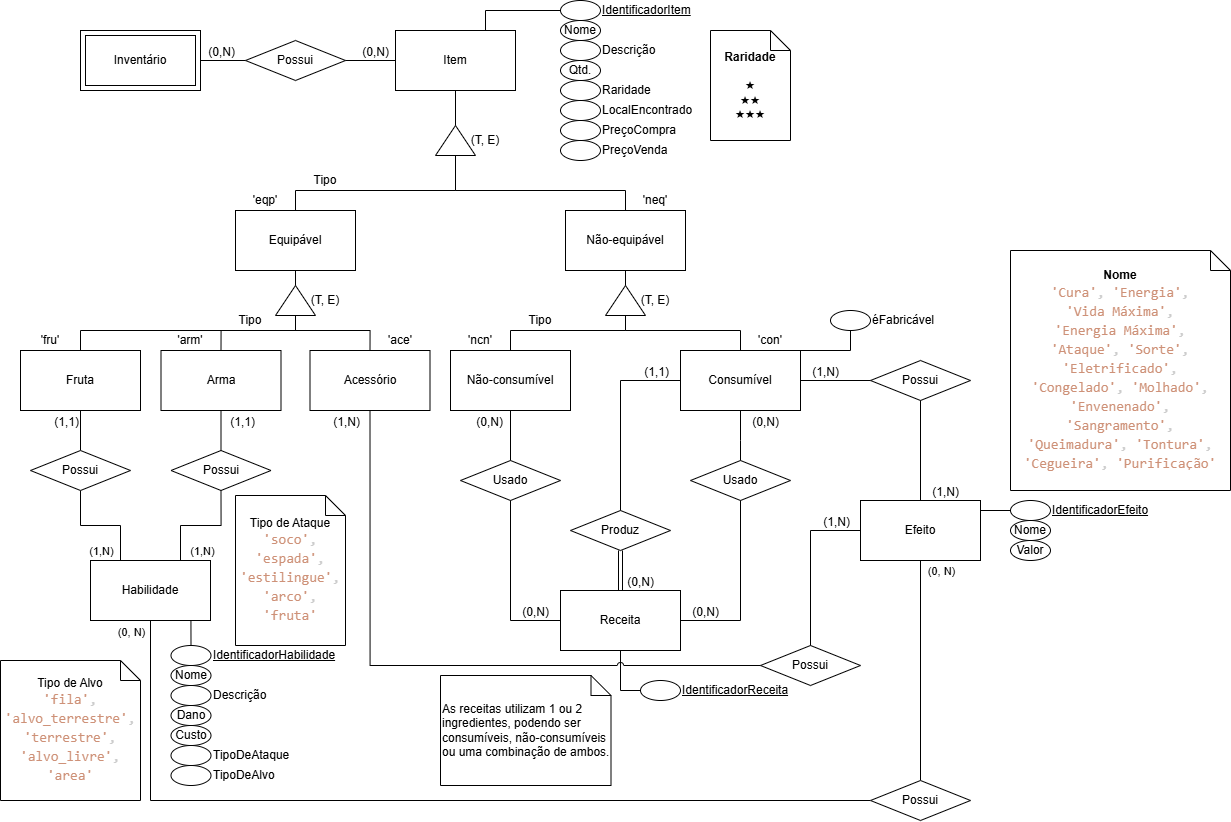
Earlier version of the draw.io export docs/assets/diagrama-entidade-relacionamento-item-v2.4.png (SBD1/2025.1-Marventura). Source tidied: cells renumbered, new cells last; positions are measured from the earlier drawing's top-left corner, leaving out a move shared by most shapes.
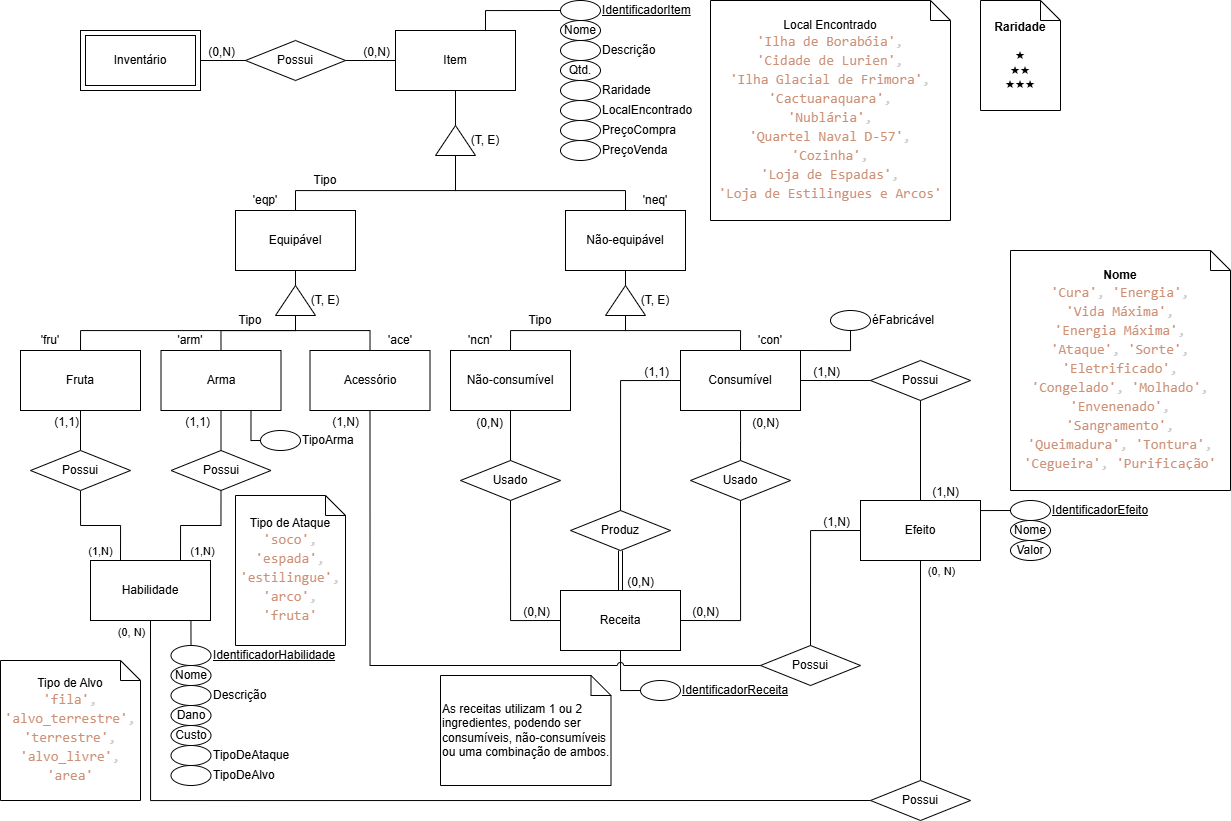
After the commit.

The edit, as a diff of the source:
```diff
@@ -184,7 +184,7 @@
       <mxGeometry x="1010" y="250" width="220" height="240" as="geometry" />
     </mxCell>
     <mxCell id="51" value="&lt;div style=&quot;&quot;&gt;&lt;span style=&quot;background-color: transparent; color: light-dark(rgb(0, 0, 0), rgb(255, 255, 255));&quot;&gt;&lt;b&gt;Raridade&lt;/b&gt;&lt;/span&gt;&lt;/div&gt;&lt;div style=&quot;&quot;&gt;&lt;span style=&quot;background-color: transparent; color: light-dark(rgb(0, 0, 0), rgb(255, 255, 255));&quot;&gt;&lt;b&gt;&lt;br&gt;&lt;/b&gt;&lt;/span&gt;&lt;/div&gt;&lt;div&gt;&lt;span style=&quot;background-color: transparent;&quot;&gt;★&lt;/span&gt;&lt;br&gt;&lt;/div&gt;&lt;div&gt;&lt;span style=&quot;background-color: transparent;&quot;&gt;★&lt;/span&gt;&lt;span style=&quot;background-color: transparent;&quot;&gt;★&lt;/span&gt;&lt;/div&gt;&lt;div&gt;&lt;span style=&quot;background-color: transparent;&quot;&gt;★&lt;/span&gt;&lt;span style=&quot;background-color: transparent;&quot;&gt;★&lt;/span&gt;&lt;span style=&quot;background-color: transparent;&quot;&gt;★&lt;/span&gt;&lt;/div&gt;" style="shape=note;size=20;whiteSpace=wrap;html=1;align=center;" parent="1" vertex="1">
-      <mxGeometry x="710" y="30" width="80" height="110" as="geometry" />
+      <mxGeometry x="980" width="80" height="110" as="geometry" />
     </mxCell>
     <mxCell id="52" value="Usado" style="rhombus;whiteSpace=wrap;html=1;" parent="1" vertex="1">
       <mxGeometry x="690" y="460" width="100" height="40" as="geometry" />
@@ -327,7 +327,7 @@
     </mxCell>
     <mxCell id="83" value="(1,1&lt;span style=&quot;background-color: transparent; color: light-dark(rgb(0, 0, 0), rgb(255, 255, 255));&quot;&gt;)&lt;/span&gt;" style="html=1;whiteSpace=wrap;align=right;verticalAlign=bottom;" parent="82" vertex="1">
       <mxGeometry x="1" relative="1" as="geometry">
-        <mxPoint x="35" y="-20" as="offset" />
+        <mxPoint x="-10" y="-20" as="offset" />
       </mxGeometry>
     </mxCell>
     <mxCell id="84" style="endArrow=none;html=1;rounded=0;exitX=0.5;exitY=1;exitDx=0;exitDy=0;edgeStyle=orthogonalEdgeStyle;jumpStyle=arc;entryX=0.5;entryY=0;entryDx=0;entryDy=0;" parent="1" edge="1" source="80" target="97">
@@ -437,5 +437,14 @@
     <mxCell id="114" value="Tipo de Alvo&lt;div&gt;&lt;div style=&quot;color: rgb(204, 204, 204); font-family: Consolas, &amp;quot;Courier New&amp;quot;, monospace; font-size: 14px; line-height: 19px; white-space: pre;&quot;&gt;&lt;span style=&quot;color: #ce9178;&quot;&gt;'fila'&lt;/span&gt;,&lt;/div&gt;&lt;div style=&quot;color: rgb(204, 204, 204); font-family: Consolas, &amp;quot;Courier New&amp;quot;, monospace; font-size: 14px; line-height: 19px; white-space: pre;&quot;&gt;&lt;span style=&quot;color: #ce9178;&quot;&gt;'alvo_terrestre'&lt;/span&gt;,&lt;/div&gt;&lt;div style=&quot;color: rgb(204, 204, 204); font-family: Consolas, &amp;quot;Courier New&amp;quot;, monospace; font-size: 14px; line-height: 19px; white-space: pre;&quot;&gt;&lt;span style=&quot;color: #ce9178;&quot;&gt;'terrestre'&lt;/span&gt;,&lt;/div&gt;&lt;div style=&quot;color: rgb(204, 204, 204); font-family: Consolas, &amp;quot;Courier New&amp;quot;, monospace; font-size: 14px; line-height: 19px; white-space: pre;&quot;&gt;&lt;span style=&quot;color: #ce9178;&quot;&gt;'alvo_livre'&lt;/span&gt;,&lt;/div&gt;&lt;div style=&quot;color: rgb(204, 204, 204); font-family: Consolas, &amp;quot;Courier New&amp;quot;, monospace; font-size: 14px; line-height: 19px; white-space: pre;&quot;&gt;&lt;span style=&quot;color: #ce9178;&quot;&gt;'area'&lt;/span&gt;&lt;/div&gt;&lt;/div&gt;" style="shape=note;size=20;whiteSpace=wrap;html=1;labelBackgroundColor=none;" parent="1" vertex="1">
       <mxGeometry y="660" width="140" height="140" as="geometry" />
     </mxCell>
+    <mxCell id="115" style="edgeStyle=orthogonalEdgeStyle;rounded=0;jettySize=auto;html=1;exitX=0;exitY=0.5;exitDx=0;exitDy=0;entryX=0.75;entryY=1;entryDx=0;entryDy=0;endArrow=none;startFill=0;labelPosition=right;verticalLabelPosition=middle;align=left;verticalAlign=middle;" parent="1" edge="1" source="116" target="25">
+      <mxGeometry relative="1" as="geometry" />
+    </mxCell>
+    <mxCell id="116" value="TipoArma" style="ellipse;whiteSpace=wrap;html=1;fontStyle=0;labelPosition=right;verticalLabelPosition=middle;align=left;verticalAlign=middle;" parent="1" vertex="1">
+      <mxGeometry x="260" y="430" width="40" height="20" as="geometry" />
+    </mxCell>
+    <mxCell id="117" value="Local Encontrado&lt;div&gt;&lt;div style=&quot;color: rgb(204, 204, 204); font-family: Consolas, &amp;quot;Courier New&amp;quot;, monospace; font-size: 14px; line-height: 19px; white-space: pre;&quot;&gt;&lt;span style=&quot;color: #ce9178;&quot;&gt;'Ilha de Borabóia'&lt;/span&gt;,&lt;/div&gt;&lt;div style=&quot;color: rgb(204, 204, 204); font-family: Consolas, &amp;quot;Courier New&amp;quot;, monospace; font-size: 14px; line-height: 19px; white-space: pre;&quot;&gt;&lt;span style=&quot;color: #ce9178;&quot;&gt;'Cidade de Lurien'&lt;/span&gt;,&lt;/div&gt;&lt;div style=&quot;color: rgb(204, 204, 204); font-family: Consolas, &amp;quot;Courier New&amp;quot;, monospace; font-size: 14px; line-height: 19px; white-space: pre;&quot;&gt;&lt;span style=&quot;color: #ce9178;&quot;&gt;'Ilha Glacial de Frimora'&lt;/span&gt;,&lt;/div&gt;&lt;div style=&quot;color: rgb(204, 204, 204); font-family: Consolas, &amp;quot;Courier New&amp;quot;, monospace; font-size: 14px; line-height: 19px; white-space: pre;&quot;&gt;&lt;span style=&quot;color: #ce9178;&quot;&gt;'Cactuaraquara'&lt;/span&gt;,&lt;/div&gt;&lt;div style=&quot;color: rgb(204, 204, 204); font-family: Consolas, &amp;quot;Courier New&amp;quot;, monospace; font-size: 14px; line-height: 19px; white-space: pre;&quot;&gt;&lt;span style=&quot;color: #ce9178;&quot;&gt;'Nublária'&lt;/span&gt;,&lt;/div&gt;&lt;div style=&quot;color: rgb(204, 204, 204); font-family: Consolas, &amp;quot;Courier New&amp;quot;, monospace; font-size: 14px; line-height: 19px; white-space: pre;&quot;&gt;&lt;span style=&quot;color: #ce9178;&quot;&gt;'Quartel Naval D-57'&lt;/span&gt;,&lt;/div&gt;&lt;div style=&quot;color: rgb(204, 204, 204); font-family: Consolas, &amp;quot;Courier New&amp;quot;, monospace; font-size: 14px; line-height: 19px; white-space: pre;&quot;&gt;&lt;span style=&quot;color: #ce9178;&quot;&gt;'Cozinha'&lt;/span&gt;&lt;span style=&quot;&quot;&gt;,&lt;/span&gt;&lt;/div&gt;&lt;div style=&quot;color: rgb(204, 204, 204); font-family: Consolas, &amp;quot;Courier New&amp;quot;, monospace; font-size: 14px; line-height: 19px; white-space: pre;&quot;&gt;&lt;span style=&quot;color: rgb(206, 145, 120);&quot;&gt;'Loja de Espadas'&lt;/span&gt;&lt;span style=&quot;&quot;&gt;,&lt;/span&gt;&lt;/div&gt;&lt;div style=&quot;color: rgb(204, 204, 204); font-family: Consolas, &amp;quot;Courier New&amp;quot;, monospace; font-size: 14px; line-height: 19px; white-space: pre;&quot;&gt;&lt;span style=&quot;color: rgb(206, 145, 120);&quot;&gt;'Loja de Estilingues e Arcos'&lt;/span&gt;&lt;/div&gt;&lt;/div&gt;" style="shape=note;size=20;whiteSpace=wrap;html=1;labelBackgroundColor=none;" parent="1" vertex="1">
+      <mxGeometry x="710" width="240" height="220" as="geometry" />
+    </mxCell>
   </root>
 </mxGraphModel>
```
